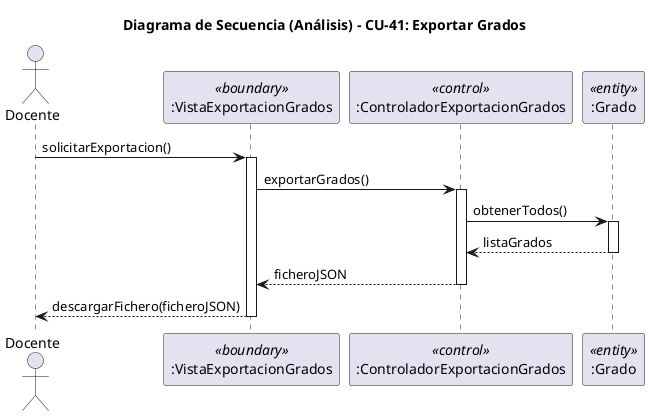
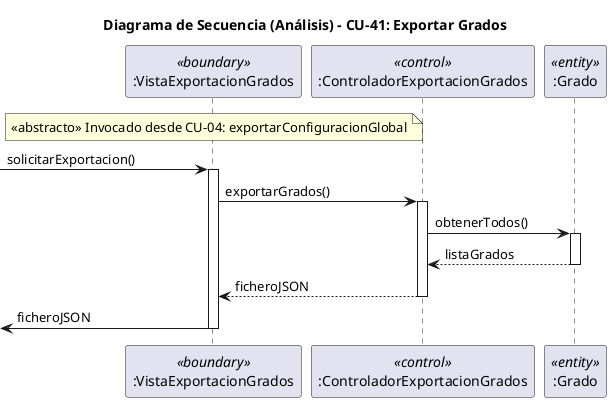
- ﻿@startuml cu41-exportarGrados-analisis-secuencia
+ @startuml cu41-exportarGrados-analisis-secuencia
title Diagrama de Secuencia (Análisis) - CU-41: Exportar Grados

- actor "Docente" as Actor
participant ":VistaExportacionGrados" as Boundary <<boundary>>
participant ":ControladorExportacionGrados" as Control <<control>>
participant ":Grado" as Entity <<entity>>

- Actor -> Boundary : solicitarExportacion()
+ note over Boundary : <<abstracto>> Invocado desde CU-04: exportarConfiguracionGlobal
+ 
+ [-> Boundary : solicitarExportacion()
activate Boundary

Boundary -> Control : exportarGrados()
activate Control

Control -> Entity : obtenerTodos()
activate Entity
Entity --> Control : listaGrados
deactivate Entity

Control --> Boundary : ficheroJSON
deactivate Control

- Boundary --> Actor : descargarFichero(ficheroJSON)
+ [<- Boundary : ficheroJSON
deactivate Boundary

@enduml
